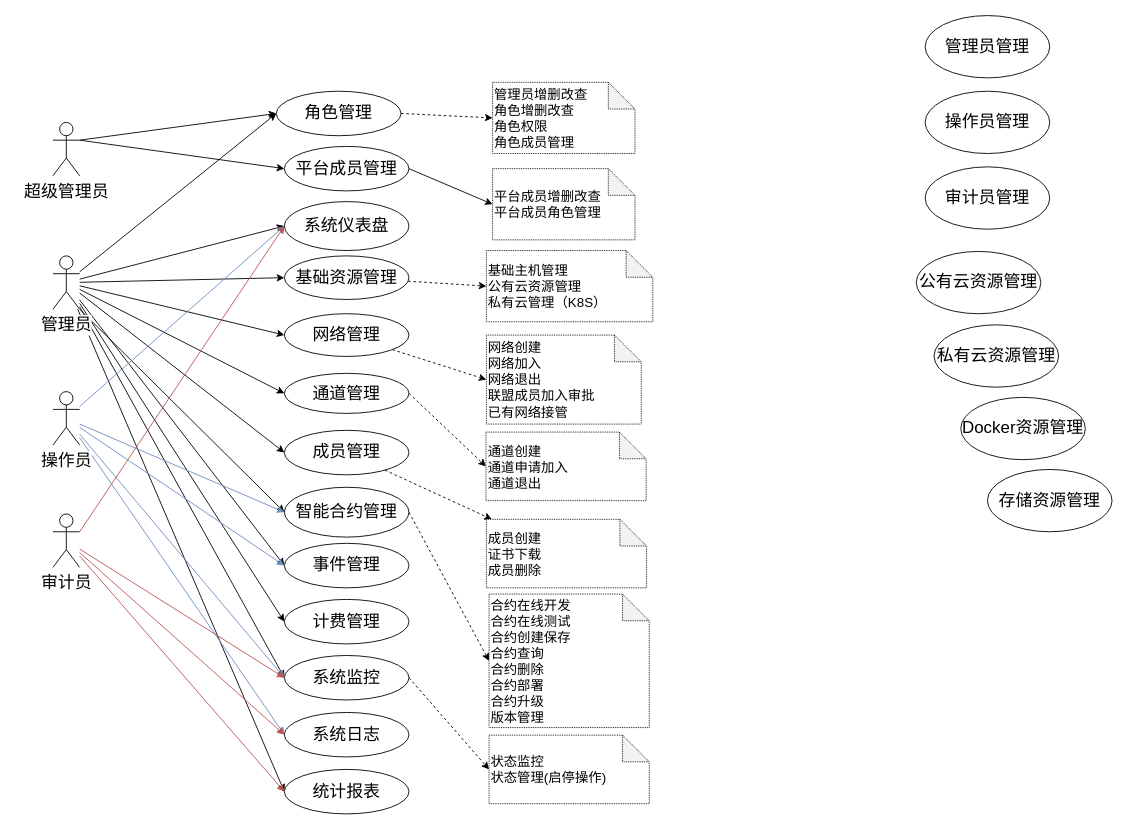
This is repository/drawio/postb/system use case.drawio from dilide/collections, a draw.io file, before an edit. Source tidied: cells renumbered, new cells numbered last; positions are measured from the earlier drawing's top-left corner, leaving out a move shared by most shapes. Both pictures are drawn from the tidied source at 89%, with x=0, y=0 at pixel (53, 15).
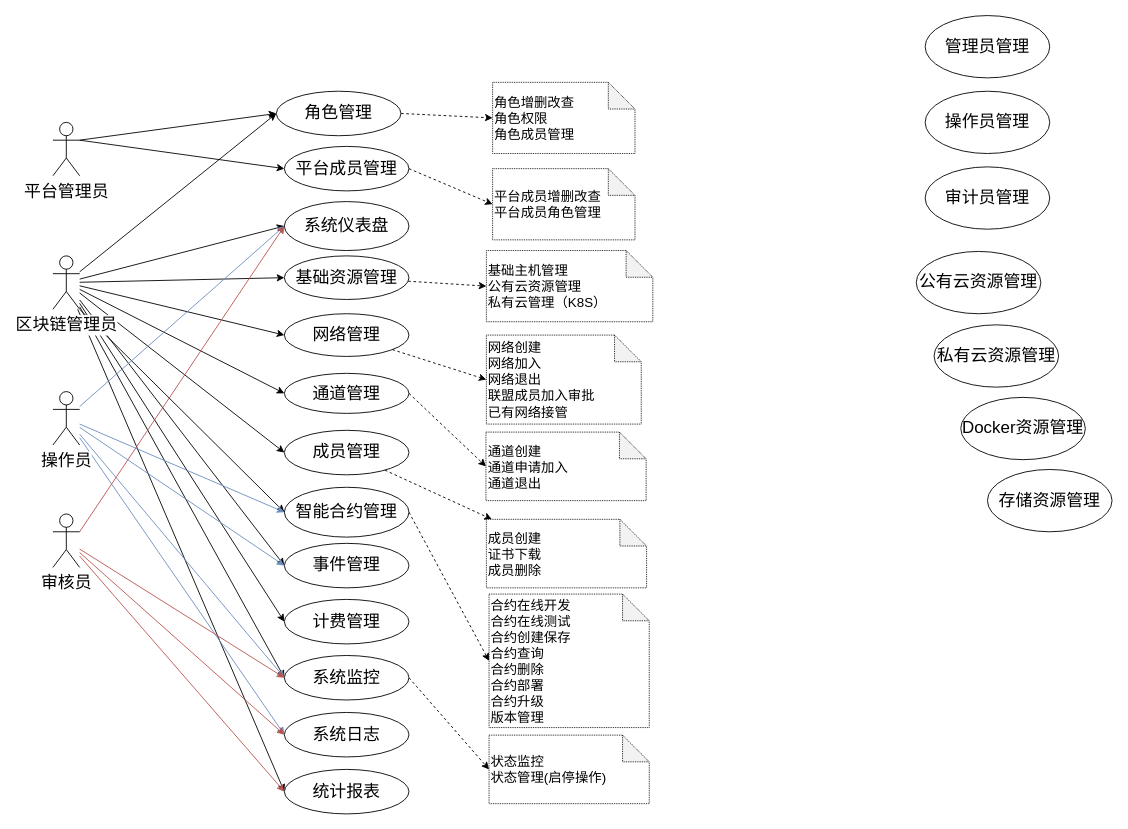
Above is the later version.

The change refers to these unchanged cells:
```xml
<mxCell id="59" value="平台成员管理" style="ellipse;whiteSpace=wrap;html=1;fontSize=19;" parent="1" vertex="1">
  <mxGeometry x="260" y="147" width="140" height="50" as="geometry" />
</mxCell>
<mxCell id="62" value="平台成员增删改查&lt;br&gt;平台成员角色管理&lt;br style=&quot;font-size: 15px&quot;&gt;" style="shape=note;whiteSpace=wrap;html=1;backgroundOutline=1;darkOpacity=0.05;fontSize=15;align=left;dashed=1;dashPattern=1 1;" parent="1" vertex="1">
  <mxGeometry x="494" y="172" width="160" height="80" as="geometry" />
</mxCell>
```

The edit, as a diff of the source:
```diff
@@
-    <mxCell id="13" value="管理员&lt;br style=&quot;font-size: 19px;&quot;&gt;" style="shape=umlActor;verticalLabelPosition=bottom;labelBackgroundColor=#ffffff;verticalAlign=top;html=1;fontSize=19;" parent="1" vertex="1">
+    <mxCell id="13" value="区块链管理员" style="shape=umlActor;verticalLabelPosition=bottom;labelBackgroundColor=#ffffff;verticalAlign=top;html=1;fontSize=19;" parent="1" vertex="1">
       <mxGeometry y="270" width="30" height="60" as="geometry" />
     </mxCell>
@@
-    <mxCell id="46" value="审计员&lt;br style=&quot;font-size: 19px&quot;&gt;" style="shape=umlActor;verticalLabelPosition=bottom;labelBackgroundColor=#ffffff;verticalAlign=top;html=1;fontSize=19;" parent="1" vertex="1">
+    <mxCell id="46" value="审核员" style="shape=umlActor;verticalLabelPosition=bottom;labelBackgroundColor=#ffffff;verticalAlign=top;html=1;fontSize=19;" parent="1" vertex="1">
       <mxGeometry y="560" width="30" height="60" as="geometry" />
     </mxCell>
@@
-    <mxCell id="48" value="管理员增删改查&lt;br&gt;角色增删改查&lt;br style=&quot;font-size: 15px&quot;&gt;角色权限&lt;br&gt;角色成员管理&lt;br style=&quot;font-size: 15px&quot;&gt;" style="shape=note;whiteSpace=wrap;html=1;backgroundOutline=1;darkOpacity=0.05;fontSize=15;align=left;dashed=1;dashPattern=1 1;" parent="1" vertex="1">
+    <mxCell id="48" value="角色增删改查&lt;br style=&quot;font-size: 15px&quot;&gt;角色权限&lt;br&gt;角色成员管理" style="shape=note;whiteSpace=wrap;html=1;backgroundOutline=1;darkOpacity=0.05;fontSize=15;align=left;dashed=1;dashPattern=1 1;" parent="1" vertex="1">
       <mxGeometry x="494" y="75" width="160" height="80" as="geometry" />
     </mxCell>
@@
-    <mxCell id="58" value="超级管理员&lt;br style=&quot;font-size: 19px&quot;&gt;" style="shape=umlActor;verticalLabelPosition=bottom;labelBackgroundColor=#ffffff;verticalAlign=top;html=1;fontSize=19;" parent="1" vertex="1">
+    <mxCell id="58" value="平台管理员" style="shape=umlActor;verticalLabelPosition=bottom;labelBackgroundColor=#ffffff;verticalAlign=top;html=1;fontSize=19;" parent="1" vertex="1">
       <mxGeometry y="120" width="30" height="60" as="geometry" />
     </mxCell>
@@
-    <mxCell id="63" style="endArrow=classic;html=1;fontSize=12;exitX=1;exitY=0.5;exitDx=0;exitDy=0;entryX=0;entryY=0.5;entryDx=0;entryDy=0;entryPerimeter=0;" parent="1" edge="1" source="59" target="62">
+    <mxCell id="63" style="endArrow=classic;html=1;fontSize=12;exitX=1;exitY=0.5;exitDx=0;exitDy=0;entryX=0;entryY=0.5;entryDx=0;entryDy=0;entryPerimeter=0;dashed=1;" parent="1" edge="1" source="59" target="62">
       <mxGeometry relative="1" as="geometry" />
     </mxCell>
```
